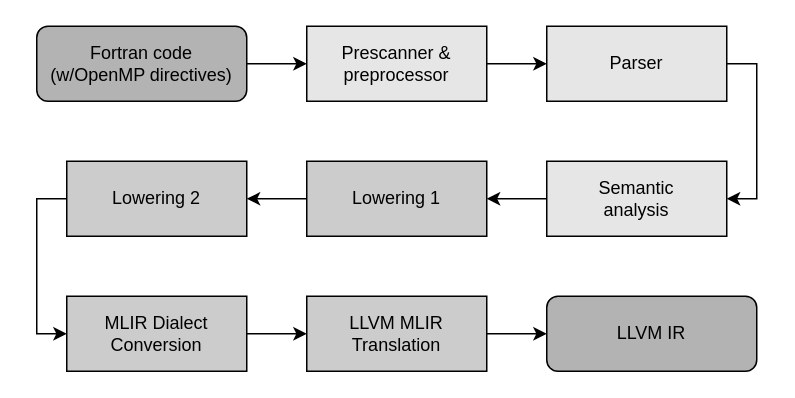
mjklemm/paper-Flang_Paper_for_LLVM_in_HPC_Workshop keeps this draw.io diagram as figures/flang_compiler_phases_overview.drawio. Above is the earlier version. Source tidied: cells renumbered, new cells numbered last; positions are measured from the earlier drawing's top-left corner, leaving out a move shared by most shapes. Both pictures are drawn from the tidied source at 150%, with x=0, y=0 at pixel (36, 26).
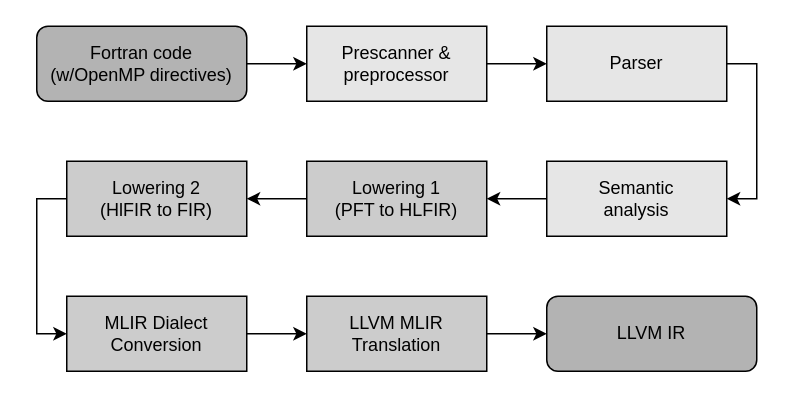
The same diagram, later.

Commit message (it also covers changes not shown here):
Update Flang compiler pipeline

What changed in the source:
```diff
@@
 <mxGraphModel>
   <root>
     <mxCell id="0" />
     <mxCell id="1" parent="0" />
     <mxCell id="2" style="edgeStyle=orthogonalEdgeStyle;rounded=0;jettySize=auto;html=1;exitX=1;exitY=0.5;exitDx=0;exitDy=0;entryX=0;entryY=0.5;entryDx=0;entryDy=0;" parent="1" edge="1" source="3" target="5">
       <mxGeometry relative="1" as="geometry" />
     </mxCell>
     <mxCell id="3" value="Prescanner &amp;amp;&lt;br&gt;preprocessor" style="rounded=0;whiteSpace=wrap;html=1;fillColor=#E6E6E6;" parent="1" vertex="1">
       <mxGeometry x="180" width="120" height="50" as="geometry" />
     </mxCell>
     <mxCell id="4" style="edgeStyle=orthogonalEdgeStyle;rounded=0;jettySize=auto;html=1;exitX=1;exitY=0.5;exitDx=0;exitDy=0;entryX=1;entryY=0.5;entryDx=0;entryDy=0;" parent="1" edge="1" source="5" target="7">
       <mxGeometry relative="1" as="geometry" />
     </mxCell>
     <mxCell id="5" value="Parser" style="rounded=0;whiteSpace=wrap;html=1;fillColor=#E6E6E6;" parent="1" vertex="1">
       <mxGeometry x="340" width="120" height="50" as="geometry" />
     </mxCell>
     <mxCell id="6" style="edgeStyle=orthogonalEdgeStyle;rounded=0;jettySize=auto;html=1;exitX=0;exitY=0.5;exitDx=0;exitDy=0;entryX=1;entryY=0.5;entryDx=0;entryDy=0;" parent="1" edge="1" source="7" target="9">
       <mxGeometry relative="1" as="geometry" />
     </mxCell>
     <mxCell id="7" value="Semantic&lt;div&gt;analysis&lt;/div&gt;" style="rounded=0;whiteSpace=wrap;html=1;fillColor=#E6E6E6;" parent="1" vertex="1">
       <mxGeometry x="340" y="90" width="120" height="50" as="geometry" />
     </mxCell>
     <mxCell id="8" style="edgeStyle=orthogonalEdgeStyle;rounded=0;jettySize=auto;html=1;exitX=0;exitY=0.5;exitDx=0;exitDy=0;" parent="1" edge="1" source="9" target="11">
       <mxGeometry relative="1" as="geometry" />
     </mxCell>
-    <mxCell id="9" value="Lowering 1" style="rounded=0;whiteSpace=wrap;html=1;fillColor=#CCCCCC;" parent="1" vertex="1">
+    <mxCell id="9" value="Lowering 1&lt;div&gt;(PFT to HLFIR)&lt;/div&gt;" style="rounded=0;whiteSpace=wrap;html=1;fillColor=#CCCCCC;" parent="1" vertex="1">
       <mxGeometry x="180" y="90" width="120" height="50" as="geometry" />
     </mxCell>
     <mxCell id="10" style="edgeStyle=orthogonalEdgeStyle;rounded=0;jettySize=auto;html=1;exitX=0;exitY=0.5;exitDx=0;exitDy=0;entryX=0;entryY=0.5;entryDx=0;entryDy=0;" parent="1" edge="1" source="11" target="13">
       <mxGeometry relative="1" as="geometry" />
     </mxCell>
-    <mxCell id="11" value="Lowering 2" style="rounded=0;whiteSpace=wrap;html=1;fillColor=#CCCCCC;" parent="1" vertex="1">
+    <mxCell id="11" value="Lowering 2&lt;div&gt;(HlFIR to FIR)&lt;/div&gt;" style="rounded=0;whiteSpace=wrap;html=1;fillColor=#CCCCCC;" parent="1" vertex="1">
       <mxGeometry x="20" y="90" width="120" height="50" as="geometry" />
     </mxCell>
     <mxCell id="12" style="edgeStyle=orthogonalEdgeStyle;rounded=0;jettySize=auto;html=1;exitX=1;exitY=0.5;exitDx=0;exitDy=0;entryX=0;entryY=0.5;entryDx=0;entryDy=0;" parent="1" edge="1" source="13" target="15">
       <mxGeometry relative="1" as="geometry" />
     </mxCell>
     <mxCell id="13" value="MLIR Dialect Conversion" style="rounded=0;whiteSpace=wrap;html=1;fillColor=#CCCCCC;" parent="1" vertex="1">
       <mxGeometry x="20" y="180" width="120" height="50" as="geometry" />
     </mxCell>
     <mxCell id="14" style="edgeStyle=orthogonalEdgeStyle;rounded=0;jettySize=auto;html=1;exitX=1;exitY=0.5;exitDx=0;exitDy=0;entryX=0;entryY=0.5;entryDx=0;entryDy=0;" parent="1" edge="1" source="15" target="18">
       <mxGeometry relative="1" as="geometry" />
     </mxCell>
     <mxCell id="15" value="LLVM MLIR&lt;div&gt;Translation&lt;/div&gt;" style="rounded=0;whiteSpace=wrap;html=1;fillColor=#CCCCCC;" parent="1" vertex="1">
       <mxGeometry x="180" y="180" width="120" height="50" as="geometry" />
     </mxCell>
     <mxCell id="16" style="edgeStyle=orthogonalEdgeStyle;rounded=0;jettySize=auto;html=1;exitX=1;exitY=0.5;exitDx=0;exitDy=0;entryX=0;entryY=0.5;entryDx=0;entryDy=0;" parent="1" edge="1" source="17" target="3">
       <mxGeometry relative="1" as="geometry" />
     </mxCell>
     <mxCell id="17" value="Fortran code&lt;br&gt;(w/OpenMP directives)" style="rounded=1;whiteSpace=wrap;html=1;gradientColor=none;strokeColor=default;fillColor=#B3B3B3;" parent="1" vertex="1">
       <mxGeometry width="140" height="50" as="geometry" />
     </mxCell>
     <mxCell id="18" value="LLVM IR" style="rounded=1;whiteSpace=wrap;html=1;fillColor=#B3B3B3;" parent="1" vertex="1">
       <mxGeometry x="340" y="180" width="140" height="50" as="geometry" />
     </mxCell>
   </root>
 </mxGraphModel>
```
